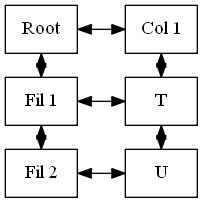
The Graphviz diagram imagenes/matriz.png in RoberttHernan/EDD_1S2020_PY1_201700870, before a commit. Its source is kept beside it as dot_s/matriz.dot.
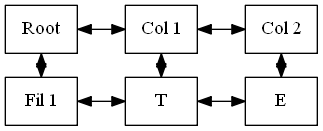
Later version of the same file.

Diff of the diagram source:
```diff
@@ -3,19 +3,20 @@
  rankdir=LR;
  noder[label ="Root"];
 nodeCol_1[label="Col 1"];
+nodeCol_2[label="Col 2"];
 nodeFil_1[label="Fil 1"];
 node1_1[label ="T"];
-nodeFil_2[label="Fil 2"];
-node1_2[label ="U"];
+node2_1[label ="E"];
 
-noder->nodeCol_1[dir =both];
-nodeFil_1->node1_1[dir =both];
-nodeFil_2->node1_2[dir =both];
+noder->nodeCol_1->nodeCol_2[dir =both];
+nodeFil_1->node1_1->node2_1[dir =both];
 
-noder->nodeFil_1->nodeFil_2[dir =both];
-nodeCol_1->node1_1->node1_2[dir =both];
+noder->nodeFil_1[dir =both];
+nodeCol_1->node1_1[dir =both];
+nodeCol_2->node2_1[dir =both];
 
-{rank=same noder,nodeFil_1,nodeFil_2}
-{rank = same nodeCol_1,node1_1,node1_2}
+{rank=same noder,nodeFil_1}
+{rank = same nodeCol_1,node1_1}
+{rank = same nodeCol_2,node2_1}
 
  }
```
